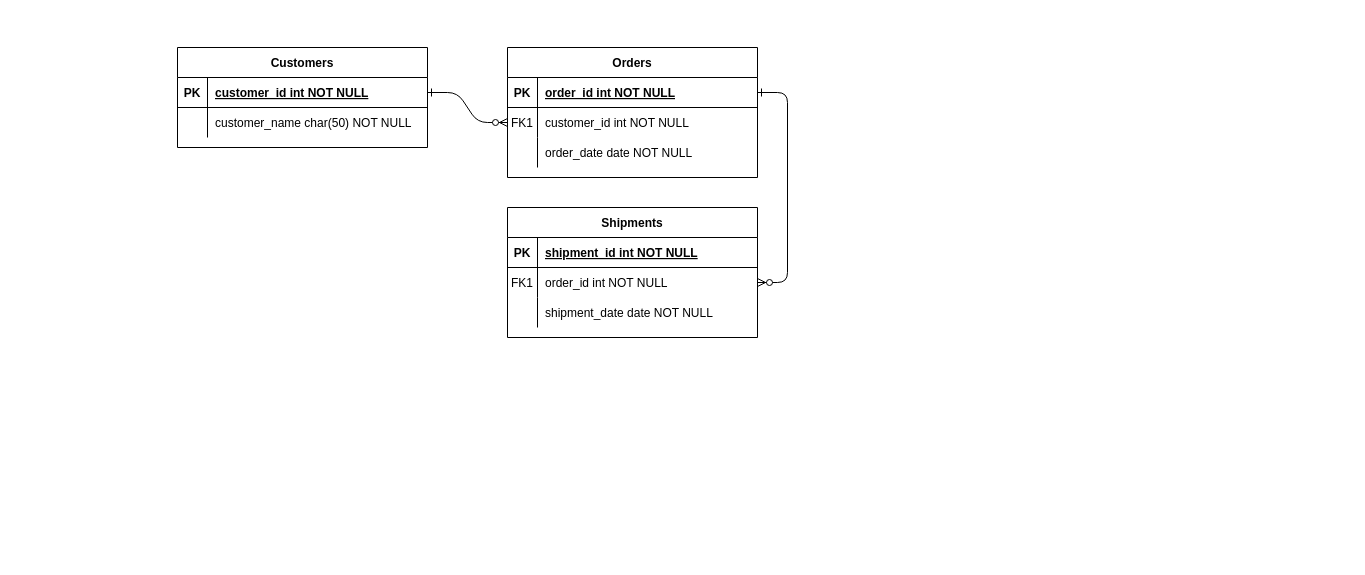
Before: Untitled Diagram.drawio in wwb382899012/sso, a draw.io diagram. Source tidied: cells renumbered, new cells numbered last; positions are measured from the earlier drawing's top-left corner, leaving out a move shared by most shapes. Both pictures are drawn from the tidied source at 100%, with x=0, y=0 at pixel (177, 47).
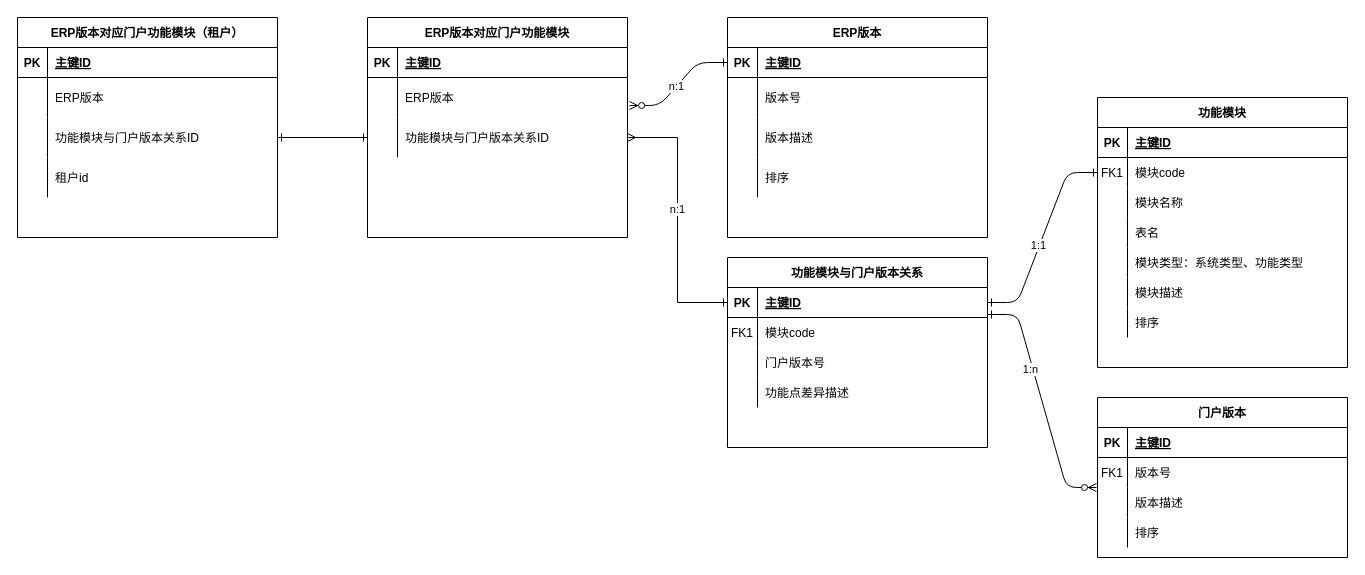
The same page after the edit.

Unchanged cells that the change refers to:
```xml
<mxCell id="15" style="shape=partialRectangle;fillColor=none;top=0;left=0;right=0;bottom=1;" parent="14" vertex="1">
  <mxGeometry y="30" width="250" height="30" as="geometry" />
</mxCell>
<mxCell id="18" style="shape=partialRectangle;fillColor=none;points=[[0,0.5],[1,0.5]];portConstraint=eastwest;top=0;left=0;right=0;bottom=0;" parent="14" vertex="1">
  <mxGeometry y="60" width="250" height="30" as="geometry" />
</mxCell>
<mxCell id="21" style="shape=partialRectangle;fillColor=none;top=0;left=0;right=0;bottom=0;" parent="14" vertex="1">
  <mxGeometry y="90" width="250" height="30" as="geometry" />
</mxCell>
```

The edit, as a diff of the source:
```diff
@@
-    <mxCell id="2" style="edgeStyle=entityRelationEdgeStyle;endArrow=ERzeroToMany;startArrow=ERone;endFill=1;startFill=0;" parent="1" edge="1" source="25" target="8">
+    <mxCell id="2" style="edgeStyle=entityRelationEdgeStyle;endArrow=ERzeroToMany;startArrow=ERone;endFill=1;startFill=0;entryX=1.008;entryY=0.7;entryDx=0;entryDy=0;entryPerimeter=0;" parent="1" edge="1" source="25" target="73">
       <mxGeometry relative="1" as="geometry" />
     </mxCell>
+    <mxCell id="31" value="n:1" style="edgeLabel;html=1;align=center;verticalAlign=middle;" parent="2" vertex="1">
+      <mxGeometry x="0.05" y="-1" relative="1" as="geometry" />
+    </mxCell>
-    <mxCell id="3" style="edgeStyle=entityRelationEdgeStyle;endArrow=ERzeroToMany;startArrow=ERone;endFill=1;startFill=0;" parent="1" edge="1" source="5" target="18">
+    <mxCell id="3" style="edgeStyle=entityRelationEdgeStyle;endArrow=ERone;startArrow=ERone;endFill=0;startFill=0;" parent="1" edge="1" source="5" target="18">
       <mxGeometry relative="1" as="geometry" />
     </mxCell>
+    <mxCell id="32" value="1:1" style="edgeLabel;html=1;align=center;verticalAlign=middle;" parent="3" vertex="1">
+      <mxGeometry x="-0.09" y="1" relative="1" as="geometry" />
+    </mxCell>
-    <mxCell id="4" value="Orders" style="shape=table;startSize=30;childLayout=tableLayout;rowLines=0;fontStyle=1;align=center;" parent="1" vertex="1">
-      <mxGeometry x="330" width="250" height="130" as="geometry" />
+    <mxCell id="4" value="功能模块与门户版本关系" style="shape=table;startSize=30;childLayout=tableLayout;rowLines=0;fontStyle=1;align=center;" parent="1" vertex="1">
+      <mxGeometry x="550" y="210" width="260" height="190" as="geometry" />
     </mxCell>
     <mxCell id="5" style="shape=partialRectangle;fillColor=none;points=[[0,0.5],[1,0.5]];portConstraint=eastwest;top=0;left=0;right=0;bottom=1;" parent="4" vertex="1">
-      <mxGeometry y="30" width="250" height="30" as="geometry" />
+      <mxGeometry y="30" width="260" height="30" as="geometry" />
     </mxCell>
@@
-    <mxCell id="7" value="order_id int NOT NULL " style="shape=partialRectangle;overflow=hidden;fillColor=none;top=0;left=0;bottom=0;right=0;align=left;spacingLeft=6;fontStyle=5;" parent="5" vertex="1">
-      <mxGeometry x="30" width="220" height="30" as="geometry" />
+    <mxCell id="7" value="主键ID" style="shape=partialRectangle;overflow=hidden;fillColor=none;top=0;left=0;bottom=0;right=0;align=left;spacingLeft=6;fontStyle=5;" parent="5" vertex="1">
+      <mxGeometry x="30" width="230" height="30" as="geometry" />
     </mxCell>
     <mxCell id="8" style="shape=partialRectangle;fillColor=none;points=[[0,0.5],[1,0.5]];portConstraint=eastwest;top=0;left=0;right=0;bottom=0;" parent="4" vertex="1">
-      <mxGeometry y="60" width="250" height="30" as="geometry" />
+      <mxGeometry y="60" width="260" height="30" as="geometry" />
     </mxCell>
@@
-    <mxCell id="10" value="customer_id int NOT NULL" style="shape=partialRectangle;overflow=hidden;fillColor=none;top=0;left=0;bottom=0;right=0;align=left;spacingLeft=6;" parent="8" vertex="1">
-      <mxGeometry x="30" width="220" height="30" as="geometry" />
+    <mxCell id="10" value="模块code" style="shape=partialRectangle;overflow=hidden;fillColor=none;top=0;left=0;bottom=0;right=0;align=left;spacingLeft=6;" parent="8" vertex="1">
+      <mxGeometry x="30" width="230" height="30" as="geometry" />
     </mxCell>
     <mxCell id="11" style="shape=partialRectangle;fillColor=none;top=0;left=0;right=0;bottom=0;" parent="4" vertex="1">
-      <mxGeometry y="90" width="250" height="30" as="geometry" />
+      <mxGeometry y="90" width="260" height="30" as="geometry" />
     </mxCell>
@@
-    <mxCell id="13" value="order_date date NOT NULL" style="shape=partialRectangle;overflow=hidden;fillColor=none;top=0;left=0;bottom=0;right=0;align=left;spacingLeft=6;" parent="11" vertex="1">
-      <mxGeometry x="30" width="220" height="30" as="geometry" />
+    <mxCell id="13" value="门户版本号" style="shape=partialRectangle;overflow=hidden;fillColor=none;top=0;left=0;bottom=0;right=0;align=left;spacingLeft=6;" parent="11" vertex="1">
+      <mxGeometry x="30" width="230" height="30" as="geometry" />
     </mxCell>
+    <mxCell id="33" style="shape=partialRectangle;fillColor=none;top=0;left=0;right=0;bottom=0;" parent="4" vertex="1">
+      <mxGeometry y="120" width="260" height="30" as="geometry" />
+    </mxCell>
+    <mxCell id="34" style="shape=partialRectangle;overflow=hidden;fillColor=none;top=0;left=0;bottom=0;right=0;" parent="33" vertex="1">
+      <mxGeometry width="30" height="30" as="geometry" />
+    </mxCell>
+    <mxCell id="35" value="功能点差异描述" style="shape=partialRectangle;overflow=hidden;fillColor=none;top=0;left=0;bottom=0;right=0;align=left;spacingLeft=6;" parent="33" vertex="1">
+      <mxGeometry x="30" width="230" height="30" as="geometry" />
+    </mxCell>
-    <mxCell id="14" value="Shipments" style="shape=table;startSize=30;childLayout=tableLayout;rowLines=0;fontStyle=1;align=center;" parent="1" vertex="1">
-      <mxGeometry x="330" y="160" width="250" height="130" as="geometry" />
+    <mxCell id="14" value="功能模块" style="shape=table;startSize=30;childLayout=tableLayout;rowLines=0;fontStyle=1;align=center;" parent="1" vertex="1">
+      <mxGeometry x="920" y="50" width="250" height="270" as="geometry" />
     </mxCell>
@@
-    <mxCell id="17" value="shipment_id int NOT NULL " style="shape=partialRectangle;overflow=hidden;fillColor=none;top=0;left=0;bottom=0;right=0;align=left;spacingLeft=6;fontStyle=5;" parent="15" vertex="1">
+    <mxCell id="17" value="主键ID" style="shape=partialRectangle;overflow=hidden;fillColor=none;top=0;left=0;bottom=0;right=0;align=left;spacingLeft=6;fontStyle=5;" parent="15" vertex="1">
       <mxGeometry x="30" width="220" height="30" as="geometry" />
     </mxCell>
@@
-    <mxCell id="20" value="order_id int NOT NULL" style="shape=partialRectangle;overflow=hidden;fillColor=none;top=0;left=0;bottom=0;right=0;align=left;spacingLeft=6;" parent="18" vertex="1">
+    <mxCell id="20" value="模块code" style="shape=partialRectangle;overflow=hidden;fillColor=none;top=0;left=0;bottom=0;right=0;align=left;spacingLeft=6;" parent="18" vertex="1">
       <mxGeometry x="30" width="220" height="30" as="geometry" />
     </mxCell>
@@
-    <mxCell id="23" value="shipment_date date NOT NULL" style="shape=partialRectangle;overflow=hidden;fillColor=none;top=0;left=0;bottom=0;right=0;align=left;spacingLeft=6;" parent="21" vertex="1">
+    <mxCell id="23" value="模块名称" style="shape=partialRectangle;overflow=hidden;fillColor=none;top=0;left=0;bottom=0;right=0;align=left;spacingLeft=6;" parent="21" vertex="1">
       <mxGeometry x="30" width="220" height="30" as="geometry" />
     </mxCell>
+    <mxCell id="36" style="shape=partialRectangle;fillColor=none;top=0;left=0;right=0;bottom=0;" parent="14" vertex="1">
+      <mxGeometry y="120" width="250" height="30" as="geometry" />
+    </mxCell>
+    <mxCell id="37" style="shape=partialRectangle;overflow=hidden;fillColor=none;top=0;left=0;bottom=0;right=0;" parent="36" vertex="1">
+      <mxGeometry width="30" height="30" as="geometry" />
+    </mxCell>
+    <mxCell id="38" value="表名" style="shape=partialRectangle;overflow=hidden;fillColor=none;top=0;left=0;bottom=0;right=0;align=left;spacingLeft=6;" parent="36" vertex="1">
+      <mxGeometry x="30" width="220" height="30" as="geometry" />
+    </mxCell>
+    <mxCell id="39" style="shape=partialRectangle;fillColor=none;top=0;left=0;right=0;bottom=0;" parent="14" vertex="1">
+      <mxGeometry y="150" width="250" height="30" as="geometry" />
+    </mxCell>
+    <mxCell id="40" style="shape=partialRectangle;overflow=hidden;fillColor=none;top=0;left=0;bottom=0;right=0;" parent="39" vertex="1">
+      <mxGeometry width="30" height="30" as="geometry" />
+    </mxCell>
+    <mxCell id="41" value="模块类型：系统类型、功能类型" style="shape=partialRectangle;overflow=hidden;fillColor=none;top=0;left=0;bottom=0;right=0;align=left;spacingLeft=6;" parent="39" vertex="1">
+      <mxGeometry x="30" width="220" height="30" as="geometry" />
+    </mxCell>
+    <mxCell id="42" style="shape=partialRectangle;fillColor=none;top=0;left=0;right=0;bottom=0;" parent="14" vertex="1">
+      <mxGeometry y="180" width="250" height="30" as="geometry" />
+    </mxCell>
+    <mxCell id="43" style="shape=partialRectangle;overflow=hidden;fillColor=none;top=0;left=0;bottom=0;right=0;" parent="42" vertex="1">
+      <mxGeometry width="30" height="30" as="geometry" />
+    </mxCell>
+    <mxCell id="44" value="模块描述" style="shape=partialRectangle;overflow=hidden;fillColor=none;top=0;left=0;bottom=0;right=0;align=left;spacingLeft=6;" parent="42" vertex="1">
+      <mxGeometry x="30" width="220" height="30" as="geometry" />
+    </mxCell>
+    <mxCell id="45" style="shape=partialRectangle;fillColor=none;top=0;left=0;right=0;bottom=0;" parent="14" vertex="1">
+      <mxGeometry y="210" width="250" height="30" as="geometry" />
+    </mxCell>
+    <mxCell id="46" style="shape=partialRectangle;overflow=hidden;fillColor=none;top=0;left=0;bottom=0;right=0;" parent="45" vertex="1">
+      <mxGeometry width="30" height="30" as="geometry" />
+    </mxCell>
+    <mxCell id="47" value="排序" style="shape=partialRectangle;overflow=hidden;fillColor=none;top=0;left=0;bottom=0;right=0;align=left;spacingLeft=6;" parent="45" vertex="1">
+      <mxGeometry x="30" width="220" height="30" as="geometry" />
+    </mxCell>
-    <mxCell id="24" value="Customers" style="shape=table;startSize=30;childLayout=tableLayout;rowLines=0;fontStyle=1;align=center;" parent="1" vertex="1">
-      <mxGeometry width="250" height="100" as="geometry" />
+    <mxCell id="24" value="ERP版本" style="shape=table;startSize=30;childLayout=tableLayout;rowLines=0;fontStyle=1;align=center;" parent="1" vertex="1">
+      <mxGeometry x="550" y="-30" width="260" height="220" as="geometry" />
     </mxCell>
     <mxCell id="25" style="shape=partialRectangle;fillColor=none;points=[[0,0.5],[1,0.5]];portConstraint=eastwest;top=0;left=0;right=0;bottom=1;" parent="24" vertex="1">
-      <mxGeometry y="30" width="250" height="30" as="geometry" />
+      <mxGeometry y="30" width="260" height="30" as="geometry" />
     </mxCell>
@@
-    <mxCell id="27" value="customer_id int NOT NULL " style="shape=partialRectangle;overflow=hidden;fillColor=none;top=0;left=0;bottom=0;right=0;align=left;spacingLeft=6;fontStyle=5;" parent="25" vertex="1">
-      <mxGeometry x="30" width="220" height="30" as="geometry" />
+    <mxCell id="27" value="主键ID" style="shape=partialRectangle;overflow=hidden;fillColor=none;top=0;left=0;bottom=0;right=0;align=left;spacingLeft=6;fontStyle=5;" parent="25" vertex="1">
+      <mxGeometry x="30" width="230" height="30" as="geometry" />
     </mxCell>
     <mxCell id="28" style="shape=partialRectangle;fillColor=none;top=0;left=0;right=0;bottom=0;" parent="24" vertex="1">
-      <mxGeometry y="60" width="250" height="30" as="geometry" />
+      <mxGeometry y="60" width="260" height="40" as="geometry" />
     </mxCell>
     <mxCell id="29" style="shape=partialRectangle;overflow=hidden;fillColor=none;top=0;left=0;bottom=0;right=0;" parent="28" vertex="1">
-      <mxGeometry width="30" height="30" as="geometry" />
+      <mxGeometry width="30" height="40" as="geometry" />
     </mxCell>
-    <mxCell id="30" value="customer_name char(50) NOT NULL" style="shape=partialRectangle;overflow=hidden;fillColor=none;top=0;left=0;bottom=0;right=0;align=left;spacingLeft=6;" parent="28" vertex="1">
-      <mxGeometry x="30" width="220" height="30" as="geometry" />
+    <mxCell id="30" value="版本号" style="shape=partialRectangle;overflow=hidden;fillColor=none;top=0;left=0;bottom=0;right=0;align=left;spacingLeft=6;" parent="28" vertex="1">
+      <mxGeometry x="30" width="230" height="40" as="geometry" />
     </mxCell>
+    <mxCell id="48" style="shape=partialRectangle;fillColor=none;top=0;left=0;right=0;bottom=0;" parent="24" vertex="1">
+      <mxGeometry y="100" width="260" height="40" as="geometry" />
+    </mxCell>
+    <mxCell id="49" style="shape=partialRectangle;overflow=hidden;fillColor=none;top=0;left=0;bottom=0;right=0;" parent="48" vertex="1">
+      <mxGeometry width="30" height="40" as="geometry" />
+    </mxCell>
+    <mxCell id="50" value="版本描述" style="shape=partialRectangle;overflow=hidden;fillColor=none;top=0;left=0;bottom=0;right=0;align=left;spacingLeft=6;" parent="48" vertex="1">
+      <mxGeometry x="30" width="230" height="40" as="geometry" />
+    </mxCell>
+    <mxCell id="51" style="shape=partialRectangle;fillColor=none;top=0;left=0;right=0;bottom=0;" parent="24" vertex="1">
+      <mxGeometry y="140" width="260" height="40" as="geometry" />
+    </mxCell>
+    <mxCell id="52" style="shape=partialRectangle;overflow=hidden;fillColor=none;top=0;left=0;bottom=0;right=0;" parent="51" vertex="1">
+      <mxGeometry width="30" height="40" as="geometry" />
+    </mxCell>
+    <mxCell id="53" value="排序" style="shape=partialRectangle;overflow=hidden;fillColor=none;top=0;left=0;bottom=0;right=0;align=left;spacingLeft=6;" parent="51" vertex="1">
+      <mxGeometry x="30" width="230" height="40" as="geometry" />
+    </mxCell>
+    <mxCell id="54" value="门户版本" style="shape=table;startSize=30;childLayout=tableLayout;rowLines=0;fontStyle=1;align=center;" parent="1" vertex="1">
+      <mxGeometry x="920" y="350" width="250" height="160" as="geometry" />
+    </mxCell>
+    <mxCell id="55" style="shape=partialRectangle;fillColor=none;top=0;left=0;right=0;bottom=1;" parent="54" vertex="1">
+      <mxGeometry y="30" width="250" height="30" as="geometry" />
+    </mxCell>
+    <mxCell id="56" value="PK" style="shape=partialRectangle;overflow=hidden;fillColor=none;top=0;left=0;bottom=0;right=0;fontStyle=1;" parent="55" vertex="1">
+      <mxGeometry width="30" height="30" as="geometry" />
+    </mxCell>
+    <mxCell id="57" value="主键ID" style="shape=partialRectangle;overflow=hidden;fillColor=none;top=0;left=0;bottom=0;right=0;align=left;spacingLeft=6;fontStyle=5;" parent="55" vertex="1">
+      <mxGeometry x="30" width="220" height="30" as="geometry" />
+    </mxCell>
+    <mxCell id="58" style="shape=partialRectangle;fillColor=none;points=[[0,0.5],[1,0.5]];portConstraint=eastwest;top=0;left=0;right=0;bottom=0;" parent="54" vertex="1">
+      <mxGeometry y="60" width="250" height="30" as="geometry" />
+    </mxCell>
+    <mxCell id="59" value="FK1" style="shape=partialRectangle;overflow=hidden;fillColor=none;top=0;left=0;bottom=0;right=0;" parent="58" vertex="1">
+      <mxGeometry width="30" height="30" as="geometry" />
+    </mxCell>
+    <mxCell id="60" value="版本号" style="shape=partialRectangle;overflow=hidden;fillColor=none;top=0;left=0;bottom=0;right=0;align=left;spacingLeft=6;" parent="58" vertex="1">
+      <mxGeometry x="30" width="220" height="30" as="geometry" />
+    </mxCell>
+    <mxCell id="61" style="shape=partialRectangle;fillColor=none;top=0;left=0;right=0;bottom=0;" parent="54" vertex="1">
+      <mxGeometry y="90" width="250" height="30" as="geometry" />
+    </mxCell>
+    <mxCell id="62" style="shape=partialRectangle;overflow=hidden;fillColor=none;top=0;left=0;bottom=0;right=0;" parent="61" vertex="1">
+      <mxGeometry width="30" height="30" as="geometry" />
+    </mxCell>
+    <mxCell id="63" value="版本描述" style="shape=partialRectangle;overflow=hidden;fillColor=none;top=0;left=0;bottom=0;right=0;align=left;spacingLeft=6;" parent="61" vertex="1">
+      <mxGeometry x="30" width="220" height="30" as="geometry" />
+    </mxCell>
+    <mxCell id="64" style="shape=partialRectangle;fillColor=none;top=0;left=0;right=0;bottom=0;" parent="54" vertex="1">
+      <mxGeometry y="120" width="250" height="30" as="geometry" />
+    </mxCell>
+    <mxCell id="65" style="shape=partialRectangle;overflow=hidden;fillColor=none;top=0;left=0;bottom=0;right=0;" parent="64" vertex="1">
+      <mxGeometry width="30" height="30" as="geometry" />
+    </mxCell>
+    <mxCell id="66" value="排序" style="shape=partialRectangle;overflow=hidden;fillColor=none;top=0;left=0;bottom=0;right=0;align=left;spacingLeft=6;" parent="64" vertex="1">
+      <mxGeometry x="30" width="220" height="30" as="geometry" />
+    </mxCell>
+    <mxCell id="67" style="edgeStyle=entityRelationEdgeStyle;endArrow=ERzeroToMany;startArrow=ERone;endFill=1;startFill=0;entryX=-0.004;entryY=1;entryDx=0;entryDy=0;entryPerimeter=0;exitX=1;exitY=0.9;exitDx=0;exitDy=0;exitPerimeter=0;" parent="1" edge="1" source="5" target="58">
+      <mxGeometry relative="1" as="geometry" />
+    </mxCell>
+    <mxCell id="68" value="1:n" style="edgeLabel;html=1;align=center;verticalAlign=middle;" parent="67" vertex="1">
+      <mxGeometry x="-0.28" y="-3" relative="1" as="geometry" />
+    </mxCell>
+    <mxCell id="69" value="ERP版本对应门户功能模块" style="shape=table;startSize=30;childLayout=tableLayout;rowLines=0;fontStyle=1;align=center;" parent="1" vertex="1">
+      <mxGeometry x="190" y="-30" width="260" height="220" as="geometry" />
+    </mxCell>
+    <mxCell id="70" style="shape=partialRectangle;fillColor=none;top=0;left=0;right=0;bottom=1;" parent="69" vertex="1">
+      <mxGeometry y="30" width="260" height="30" as="geometry" />
+    </mxCell>
+    <mxCell id="71" value="PK" style="shape=partialRectangle;overflow=hidden;fillColor=none;top=0;left=0;bottom=0;right=0;fontStyle=1;" parent="70" vertex="1">
+      <mxGeometry width="30" height="30" as="geometry" />
+    </mxCell>
+    <mxCell id="72" value="主键ID" style="shape=partialRectangle;overflow=hidden;fillColor=none;top=0;left=0;bottom=0;right=0;align=left;spacingLeft=6;fontStyle=5;" parent="70" vertex="1">
+      <mxGeometry x="30" width="230" height="30" as="geometry" />
+    </mxCell>
+    <mxCell id="73" style="shape=partialRectangle;fillColor=none;points=[[0,0.5],[1,0.5]];portConstraint=eastwest;top=0;left=0;right=0;bottom=0;" parent="69" vertex="1">
+      <mxGeometry y="60" width="260" height="40" as="geometry" />
+    </mxCell>
+    <mxCell id="74" style="shape=partialRectangle;overflow=hidden;fillColor=none;top=0;left=0;bottom=0;right=0;" parent="73" vertex="1">
+      <mxGeometry width="30" height="40" as="geometry" />
+    </mxCell>
+    <mxCell id="75" value="ERP版本" style="shape=partialRectangle;overflow=hidden;fillColor=none;top=0;left=0;bottom=0;right=0;align=left;spacingLeft=6;" parent="73" vertex="1">
+      <mxGeometry x="30" width="230" height="40" as="geometry" />
+    </mxCell>
+    <mxCell id="76" style="shape=partialRectangle;fillColor=none;points=[[0,0.5],[1,0.5]];portConstraint=eastwest;top=0;left=0;right=0;bottom=0;" parent="69" vertex="1">
+      <mxGeometry y="100" width="260" height="40" as="geometry" />
+    </mxCell>
+    <mxCell id="77" style="shape=partialRectangle;overflow=hidden;fillColor=none;top=0;left=0;bottom=0;right=0;" parent="76" vertex="1">
+      <mxGeometry width="30" height="40" as="geometry" />
+    </mxCell>
+    <mxCell id="78" value="功能模块与门户版本关系ID" style="shape=partialRectangle;overflow=hidden;fillColor=none;top=0;left=0;bottom=0;right=0;align=left;spacingLeft=6;" parent="76" vertex="1">
+      <mxGeometry x="30" width="230" height="40" as="geometry" />
+    </mxCell>
+    <mxCell id="79" style="edgeStyle=orthogonalEdgeStyle;rounded=0;jettySize=auto;html=1;exitX=0;exitY=0.5;exitDx=0;exitDy=0;entryX=1;entryY=0.5;entryDx=0;entryDy=0;endArrow=ERmany;endFill=0;startArrow=ERone;startFill=0;" parent="1" edge="1" source="5" target="76">
+      <mxGeometry relative="1" as="geometry" />
+    </mxCell>
+    <mxCell id="80" value="n:1" style="edgeLabel;html=1;align=center;verticalAlign=middle;" parent="79" vertex="1">
+      <mxGeometry x="0.09" y="1" relative="1" as="geometry" />
+    </mxCell>
+    <mxCell id="81" value="ERP版本对应门户功能模块（租户）" style="shape=table;startSize=30;childLayout=tableLayout;rowLines=0;fontStyle=1;align=center;" parent="1" vertex="1">
+      <mxGeometry x="-160" y="-30" width="260" height="220" as="geometry" />
+    </mxCell>
+    <mxCell id="82" style="shape=partialRectangle;fillColor=none;top=0;left=0;right=0;bottom=1;" parent="81" vertex="1">
+      <mxGeometry y="30" width="260" height="30" as="geometry" />
+    </mxCell>
+    <mxCell id="83" value="PK" style="shape=partialRectangle;overflow=hidden;fillColor=none;top=0;left=0;bottom=0;right=0;fontStyle=1;" parent="82" vertex="1">
+      <mxGeometry width="30" height="30" as="geometry" />
+    </mxCell>
+    <mxCell id="84" value="主键ID" style="shape=partialRectangle;overflow=hidden;fillColor=none;top=0;left=0;bottom=0;right=0;align=left;spacingLeft=6;fontStyle=5;" parent="82" vertex="1">
+      <mxGeometry x="30" width="230" height="30" as="geometry" />
+    </mxCell>
+    <mxCell id="85" style="shape=partialRectangle;fillColor=none;top=0;left=0;right=0;bottom=0;" parent="81" vertex="1">
+      <mxGeometry y="60" width="260" height="40" as="geometry" />
+    </mxCell>
+    <mxCell id="86" style="shape=partialRectangle;overflow=hidden;fillColor=none;top=0;left=0;bottom=0;right=0;" parent="85" vertex="1">
+      <mxGeometry width="30" height="40" as="geometry" />
+    </mxCell>
+    <mxCell id="87" value="ERP版本" style="shape=partialRectangle;overflow=hidden;fillColor=none;top=0;left=0;bottom=0;right=0;align=left;spacingLeft=6;" parent="85" vertex="1">
+      <mxGeometry x="30" width="230" height="40" as="geometry" />
+    </mxCell>
+    <mxCell id="88" style="shape=partialRectangle;fillColor=none;points=[[0,0.5],[1,0.5]];portConstraint=eastwest;top=0;left=0;right=0;bottom=0;" parent="81" vertex="1">
+      <mxGeometry y="100" width="260" height="40" as="geometry" />
+    </mxCell>
+    <mxCell id="89" style="shape=partialRectangle;overflow=hidden;fillColor=none;top=0;left=0;bottom=0;right=0;" parent="88" vertex="1">
+      <mxGeometry width="30" height="40" as="geometry" />
+    </mxCell>
+    <mxCell id="90" value="功能模块与门户版本关系ID" style="shape=partialRectangle;overflow=hidden;fillColor=none;top=0;left=0;bottom=0;right=0;align=left;spacingLeft=6;" parent="88" vertex="1">
+      <mxGeometry x="30" width="230" height="40" as="geometry" />
+    </mxCell>
+    <mxCell id="91" style="shape=partialRectangle;fillColor=none;top=0;left=0;right=0;bottom=0;" parent="81" vertex="1">
+      <mxGeometry y="140" width="260" height="40" as="geometry" />
+    </mxCell>
+    <mxCell id="92" style="shape=partialRectangle;overflow=hidden;fillColor=none;top=0;left=0;bottom=0;right=0;" parent="91" vertex="1">
+      <mxGeometry width="30" height="40" as="geometry" />
+    </mxCell>
+    <mxCell id="93" value="租户id" style="shape=partialRectangle;overflow=hidden;fillColor=none;top=0;left=0;bottom=0;right=0;align=left;spacingLeft=6;" parent="91" vertex="1">
+      <mxGeometry x="30" width="230" height="40" as="geometry" />
+    </mxCell>
+    <mxCell id="94" style="edgeStyle=orthogonalEdgeStyle;rounded=0;jettySize=auto;html=1;exitX=1;exitY=0.5;exitDx=0;exitDy=0;entryX=0;entryY=0.5;entryDx=0;entryDy=0;startArrow=ERone;startFill=0;endArrow=ERone;endFill=0;" parent="1" edge="1" source="88" target="76">
+      <mxGeometry relative="1" as="geometry" />
+    </mxCell>
```
